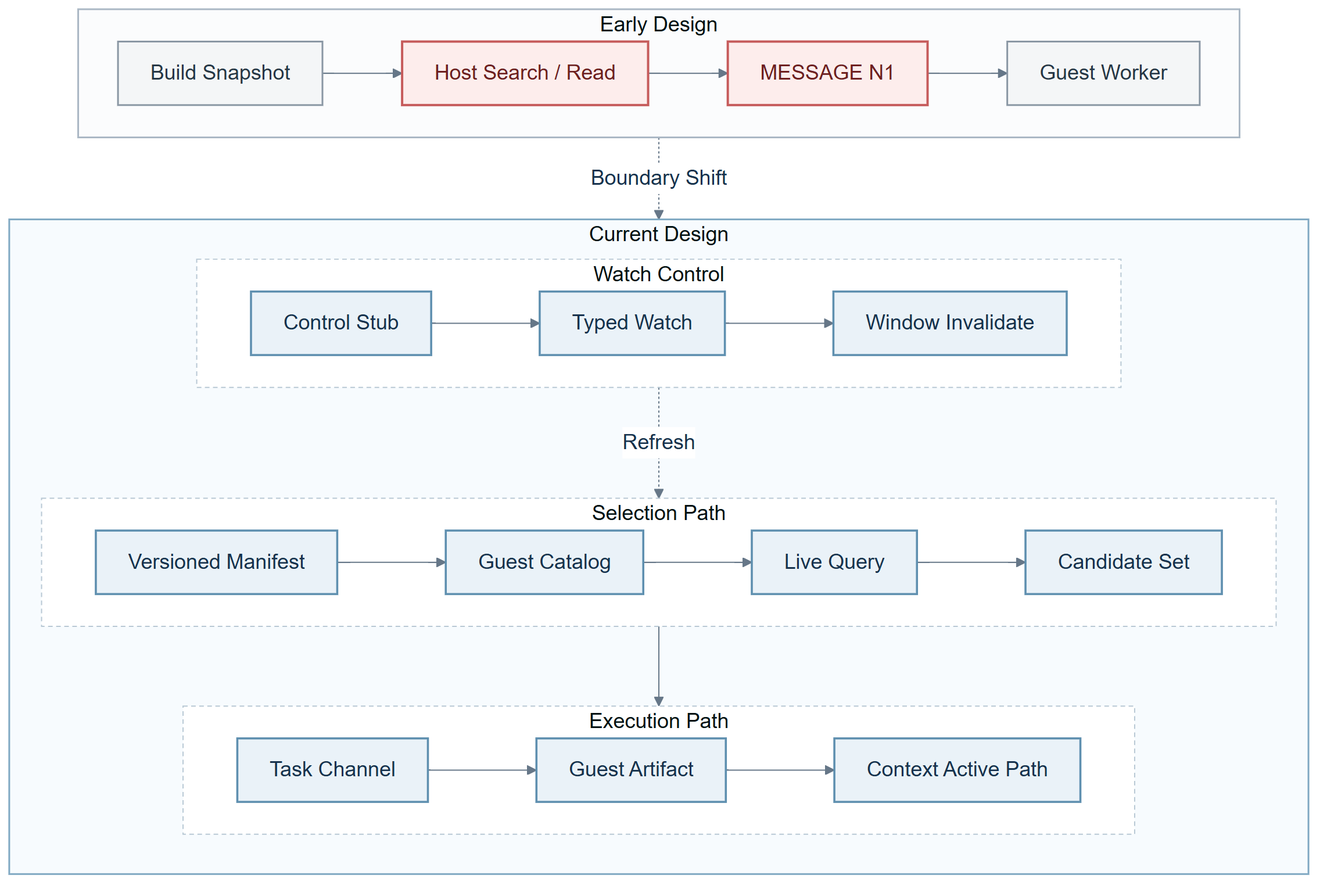
Earlier version of the Mermaid export docs/figures/architecture/implementation_nexus_boundary.png (yushugulao/Agent-OS). Its source is kept beside it as docs/figures/architecture/implementation_nexus_boundary.mmd.
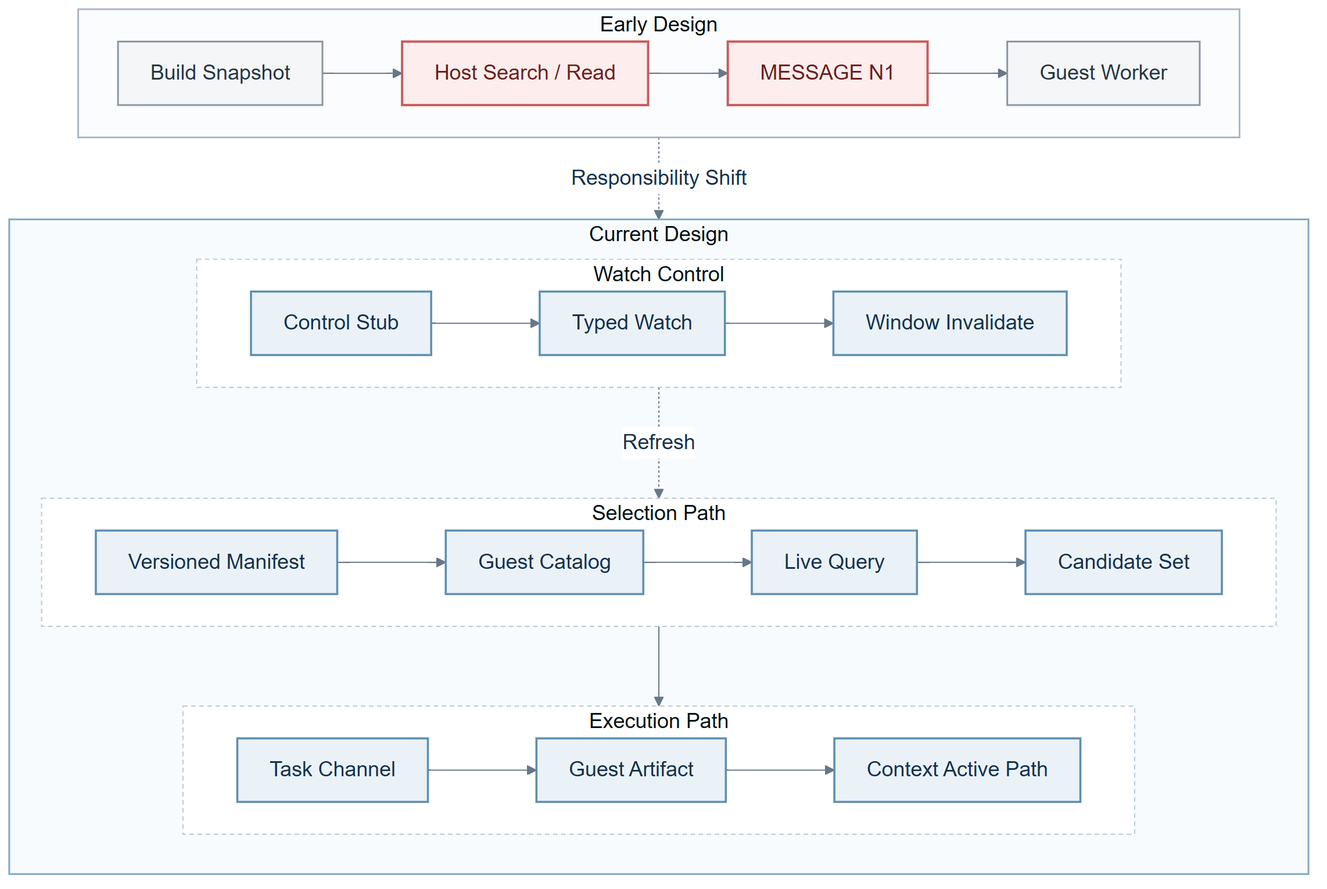
Later version of the same file.

Change to the diagram source:
```diff
@@ -22,7 +22,7 @@
     selectPath --> execPath
   end
 
-  e4 -. "Boundary Shift" .-> c1
+  e4 -. "Responsibility Shift" .-> c1
 
   classDef earlyStep fill:#F4F6F7,stroke:#8996A3,color:#263746,stroke-width:1.5px;
   classDef risk fill:#FDEDEC,stroke:#C65B5B,color:#6E2020,stroke-width:2px;
```
